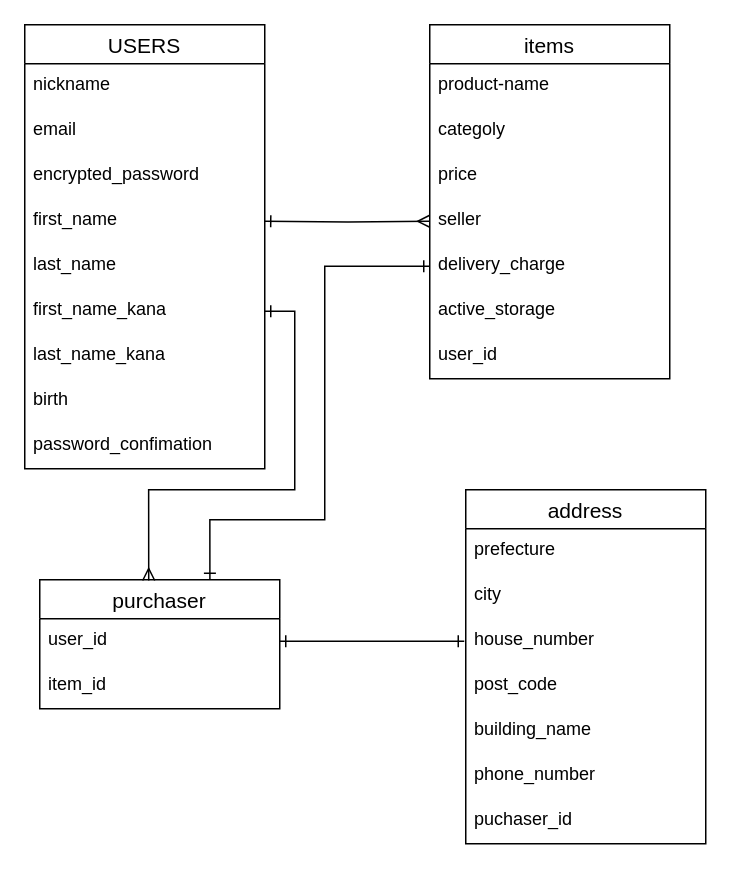
This is test.dio from soka50/furima-28218, a draw.io file, before an edit. Source tidied: cells renumbered, new cells numbered last; positions are measured from the earlier drawing's top-left corner, leaving out a move shared by most shapes. Both pictures are drawn from the tidied source at 150%, with x=0, y=0 at pixel (24, 24).
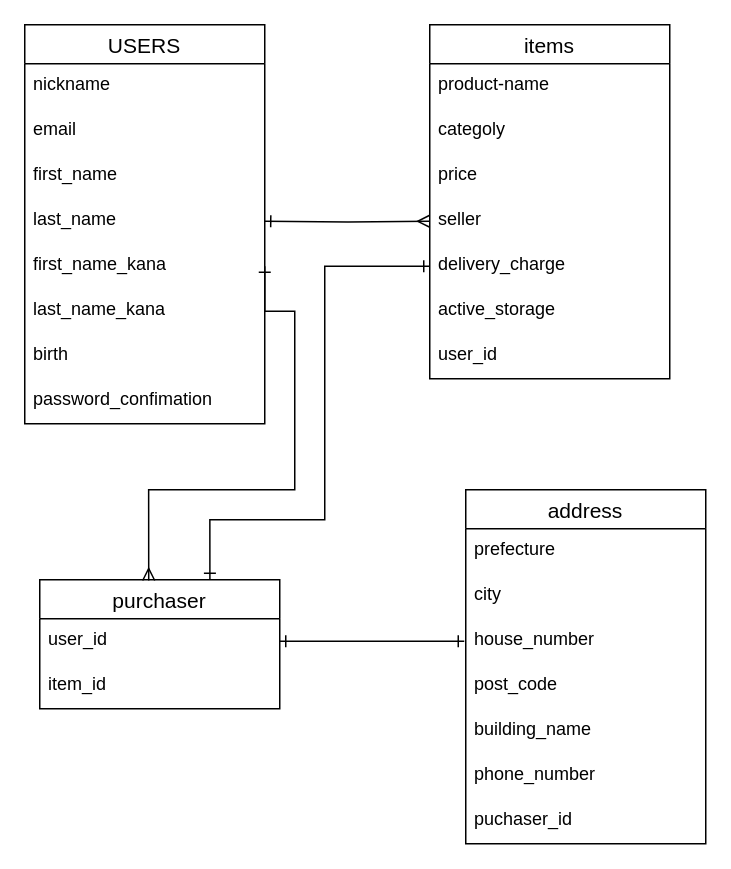
The same page after the edit.

Commit message (it also covers changes not shown here):
再度　修正　README ER図

What changed in the source:
```diff
@@
     <mxCell id="2" value="USERS" style="swimlane;fontStyle=0;horizontal=1;startSize=26;align=center;fontSize=14;" parent="1" vertex="1">
-      <mxGeometry width="160" height="296" as="geometry" />
+      <mxGeometry width="160" height="266" as="geometry" />
     </mxCell>
@@
-    <mxCell id="5" value="encrypted_password" style="text;strokeColor=none;fillColor=none;spacingLeft=4;spacingRight=4;overflow=hidden;fontSize=12;" parent="2" vertex="1">
-      <mxGeometry y="86" width="160" height="30" as="geometry" />
-    </mxCell>
     <mxCell id="6" value="first_name" style="text;strokeColor=none;fillColor=none;spacingLeft=4;spacingRight=4;overflow=hidden;fontSize=12;" parent="2" vertex="1">
-      <mxGeometry y="116" width="160" height="30" as="geometry" />
+      <mxGeometry y="86" width="160" height="30" as="geometry" />
     </mxCell>
     <mxCell id="7" value="last_name" style="text;strokeColor=none;fillColor=none;spacingLeft=4;spacingRight=4;overflow=hidden;fontSize=12;" parent="2" vertex="1">
-      <mxGeometry y="146" width="160" height="30" as="geometry" />
+      <mxGeometry y="116" width="160" height="30" as="geometry" />
     </mxCell>
     <mxCell id="8" value="first_name_kana" style="text;strokeColor=none;fillColor=none;spacingLeft=4;spacingRight=4;overflow=hidden;points=[[0,0.5],[1,0.5]];portConstraint=eastwest;fontSize=12;" parent="2" vertex="1">
-      <mxGeometry y="176" width="160" height="30" as="geometry" />
+      <mxGeometry y="146" width="160" height="30" as="geometry" />
     </mxCell>
     <mxCell id="9" value="last_name_kana" style="text;strokeColor=none;fillColor=none;spacingLeft=4;spacingRight=4;overflow=hidden;fontSize=12;" parent="2" vertex="1">
-      <mxGeometry y="206" width="160" height="30" as="geometry" />
+      <mxGeometry y="176" width="160" height="30" as="geometry" />
     </mxCell>
     <mxCell id="10" value="birth" style="text;strokeColor=none;fillColor=none;spacingLeft=4;spacingRight=4;overflow=hidden;fontSize=12;" parent="2" vertex="1">
-      <mxGeometry y="236" width="160" height="30" as="geometry" />
+      <mxGeometry y="206" width="160" height="30" as="geometry" />
     </mxCell>
     <mxCell id="11" value="password_confimation" style="text;strokeColor=none;fillColor=none;spacingLeft=4;spacingRight=4;overflow=hidden;fontSize=12;" parent="2" vertex="1">
-      <mxGeometry y="266" width="160" height="30" as="geometry" />
+      <mxGeometry y="236" width="160" height="30" as="geometry" />
     </mxCell>
```
